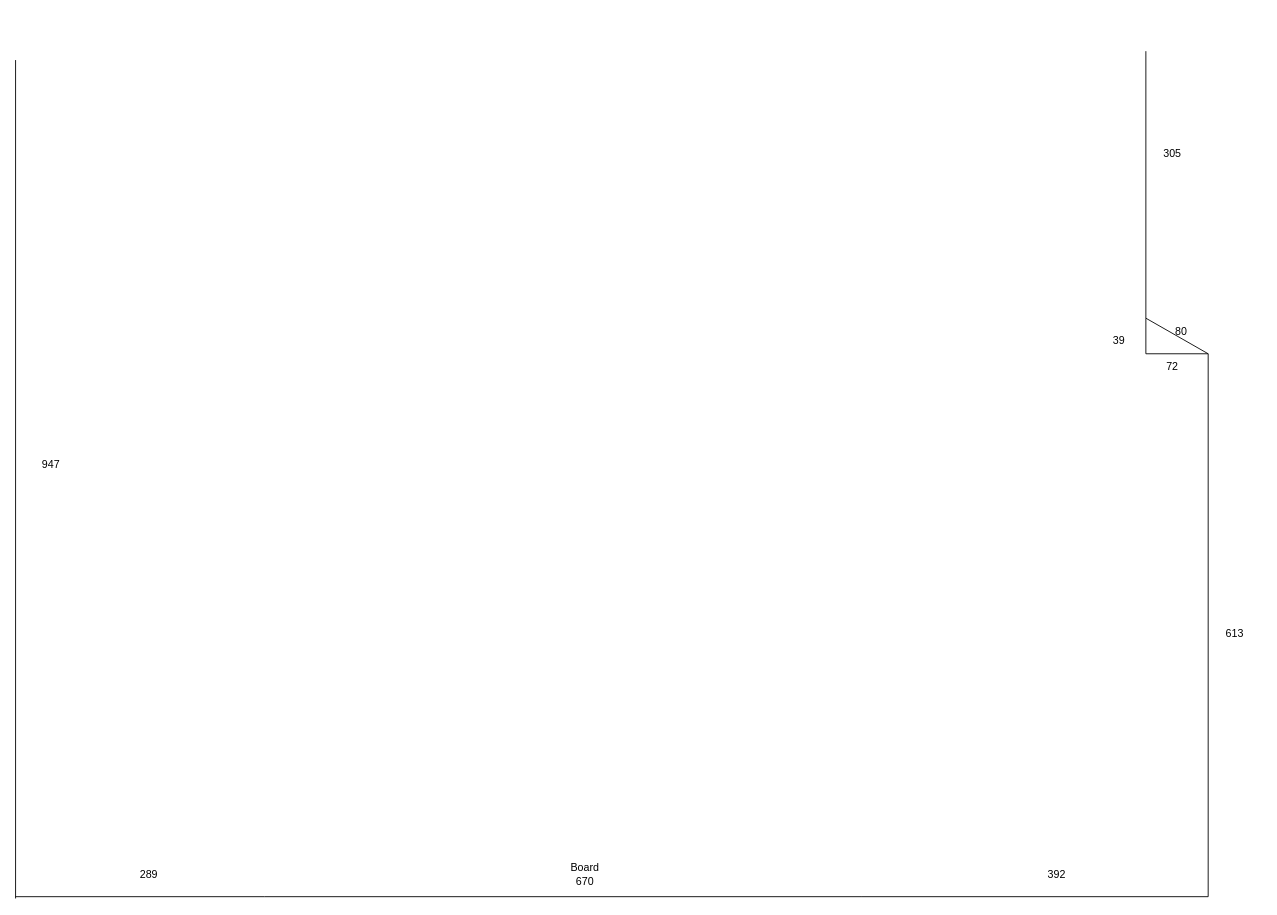
Earlier version of the draw.io diagram Classroom_Metrics.drawio (critschris/COMP475_Metrics). Source tidied: cells renumbered, new cells numbered last; positions are measured from the earlier drawing's top-left corner, leaving out a move shared by most shapes. Both pictures are drawn from the tidied source at 89%, with x=0, y=0 at pixel (15, 51).
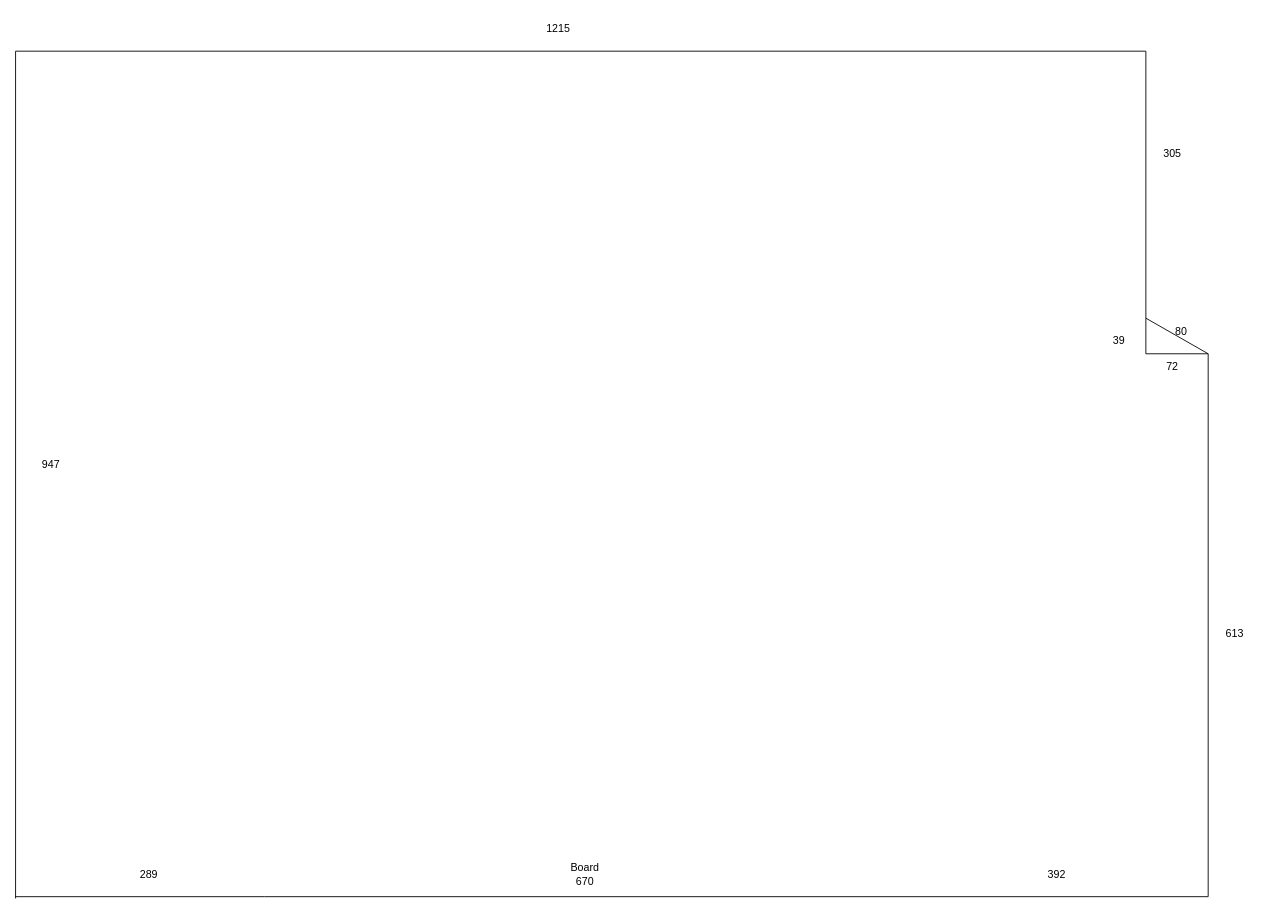
The same diagram, later.

What changed in the source:
```diff
@@
     <mxCell id="2" style="endArrow=none;html=1;rounded=0;startSize=6;endSize=6;" parent="1" edge="1">
       <mxGeometry relative="1" as="geometry">
         <mxPoint y="952" as="sourcePoint" />
-        <mxPoint y="10" as="targetPoint" />
+        <mxPoint as="targetPoint" />
       </mxGeometry>
     </mxCell>
@@
+    <mxCell id="20" style="endArrow=none;html=1;rounded=0;" parent="1" edge="1">
+      <mxGeometry relative="1" as="geometry">
+        <mxPoint as="sourcePoint" />
+        <mxPoint x="1270" as="targetPoint" />
+      </mxGeometry>
+    </mxCell>
+    <mxCell id="21" value="1215" style="text;html=1;whiteSpace=wrap;strokeColor=none;fillColor=none;align=center;verticalAlign=middle;rounded=0;" parent="1" vertex="1">
+      <mxGeometry x="580" y="-40" width="60" height="30" as="geometry" />
+    </mxCell>
```
